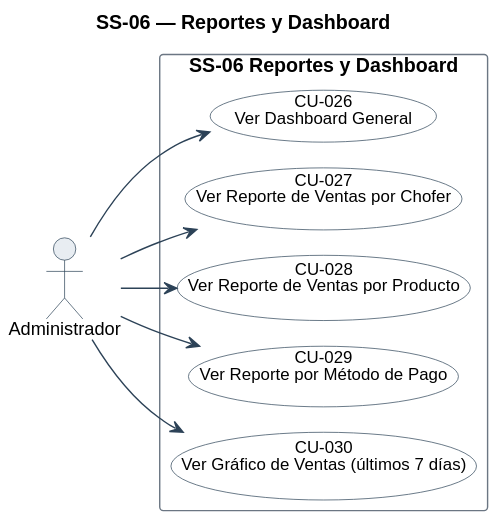
Above: diagramas/uml/CU_SS-06_Reportes-Y-Dashboard.svg in Nahuelito-Dev/splg-docs (PlantUML), before the change.
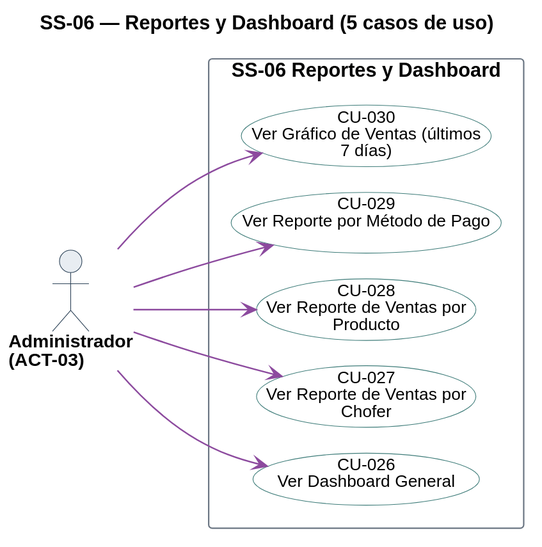
The same diagram one commit later.

Diff of the diagram source:
```diff
@@ -1,22 +1,23 @@
 @startuml
-!pragma layout smetana
-title SS-06 — Reportes y Dashboard
+title SS-06 — Reportes y Dashboard (5 casos de uso)
 left to right direction
 skinparam backgroundColor #FFFFFF
 skinparam shadowing false
 skinparam defaultFontName Helvetica
 skinparam defaultFontSize 13
+skinparam dpi 150
 skinparam ArrowColor #2C4257
+skinparam ArrowThickness 1.1
 skinparam actor {
   BorderColor #2C4257
   BackgroundColor #E8EDF2
+  FontSize 13
+  FontStyle bold
 }
 skinparam usecase {
   BorderColor #2C4257
   BackgroundColor #FFFFFF
   FontSize 12
-  BorderColor<<pendiente>> #9C4436
-  BackgroundColor<<pendiente>> #F6E4E1
 }
 skinparam rectangle {
   BorderColor #6B7683
@@ -24,19 +25,26 @@
   FontStyle bold
 }
 
-actor "Administrador" as A3
+skinparam nodesep 18
+skinparam ranksep 70
+skinparam usecase {
+  BorderColor<<pendiente>> #9C4436
+  BackgroundColor<<pendiente>> #F6E4E1
+}
+
+actor "Administrador\n(ACT-03)" as A03
 
 rectangle "SS-06 Reportes y Dashboard" {
-  usecase "CU-026\nVer Dashboard General" as U26
-  usecase "CU-027\nVer Reporte de Ventas por Chofer" as U27
-  usecase "CU-028\nVer Reporte de Ventas por Producto" as U28
-  usecase "CU-029\nVer Reporte por Método de Pago" as U29
-  usecase "CU-030\nVer Gráfico de Ventas (últimos 7 días)" as U30
+  usecase "CU-026\nVer Dashboard General" as U026 #back:FFFFFF;line:3E7C79
+  usecase "CU-027\nVer Reporte de Ventas por\nChofer" as U027 #back:FFFFFF;line:3E7C79
+  usecase "CU-028\nVer Reporte de Ventas por\nProducto" as U028 #back:FFFFFF;line:3E7C79
+  usecase "CU-029\nVer Reporte por Método de Pago" as U029 #back:FFFFFF;line:3E7C79
+  usecase "CU-030\nVer Gráfico de Ventas (últimos\n7 días)" as U030 #back:FFFFFF;line:3E7C79
 }
 
-A3 --> U26
-A3 --> U27
-A3 --> U28
-A3 --> U29
-A3 --> U30
+A03 -[#8C4A9E]-> U026
+A03 -[#8C4A9E]-> U027
+A03 -[#8C4A9E]-> U028
+A03 -[#8C4A9E]-> U029
+A03 -[#8C4A9E]-> U030
 @enduml
```
